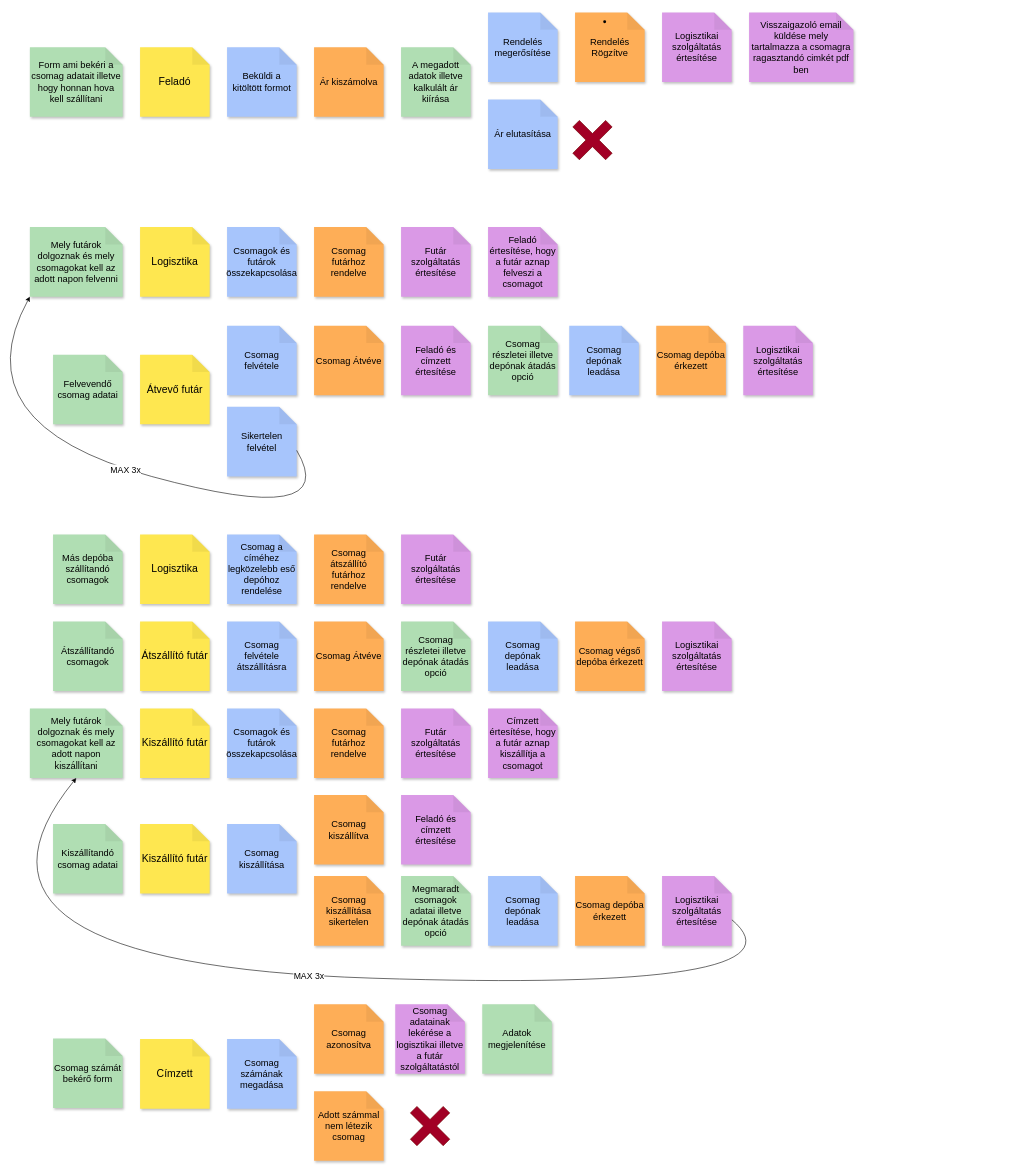
Before: EventStorming.drawio in mackmarton/micro-futar, a draw.io diagram. Source tidied: cells renumbered, new cells numbered last; positions are measured from the earlier drawing's top-left corner, leaving out a move shared by most shapes. Both pictures are drawn from the tidied source at 58%, with x=0, y=0 at pixel (-75, 12).
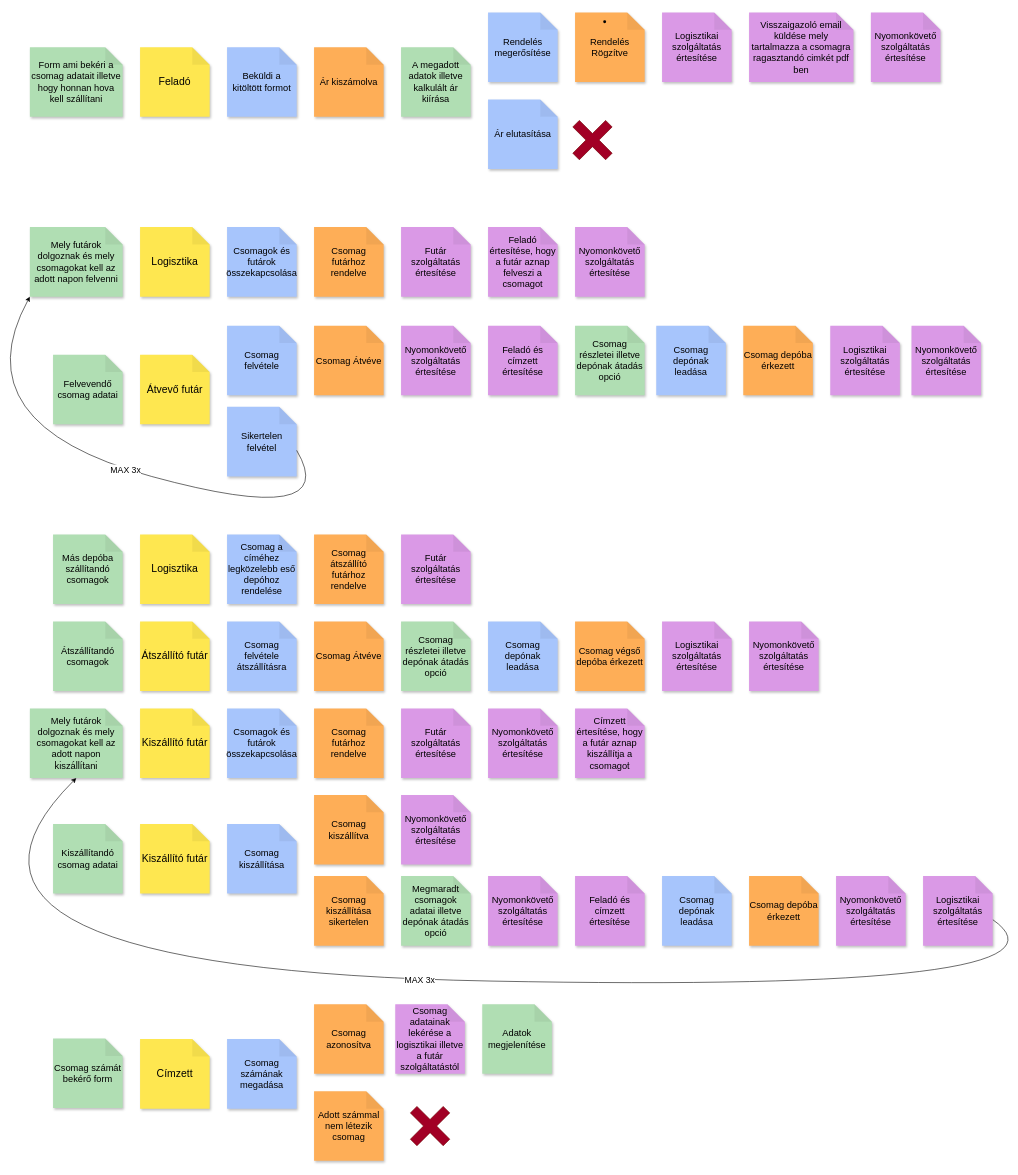
The same diagram, later.

The change refers to these unchanged cells:
```xml
<mxCell id="43" value="Mely futárok dolgoznak és mely csomagokat kell az adott napon kiszállítani" style="shape=note;whiteSpace=wrap;html=1;backgroundOutline=1;darkOpacity=0.05;fillColor=#b0deb3;strokeColor=none;fontSize=16;fontStyle=0;rotation=0;shadow=1;" parent="1" vertex="1">
  <mxGeometry x="180" y="1200" width="160" height="120" as="geometry" />
</mxCell>
```

Change to the diagram source:
```diff
@@
     <mxCell id="25" value="Feladó és címzett értesítése" style="shape=note;whiteSpace=wrap;html=1;backgroundOutline=1;darkOpacity=0.05;fillColor=#da99e6;strokeColor=none;fontSize=16;fontStyle=0;rotation=0;shadow=1;" parent="1" vertex="1">
-      <mxGeometry x="820" y="540" width="120" height="120" as="geometry" />
+      <mxGeometry x="970" y="540" width="120" height="120" as="geometry" />
     </mxCell>
     <mxCell id="26" value="Csomag depónak leadása" style="shape=note;whiteSpace=wrap;html=1;backgroundOutline=1;darkOpacity=0.05;fillColor=#a7c5fc;strokeColor=none;fontSize=16;fontStyle=0;rotation=0;shadow=1;" parent="1" vertex="1">
-      <mxGeometry x="1110" y="540" width="120" height="120" as="geometry" />
+      <mxGeometry x="1260" y="540" width="120" height="120" as="geometry" />
     </mxCell>
     <mxCell id="27" value="Csomag depóba érkezett" style="shape=note;whiteSpace=wrap;html=1;backgroundOutline=1;darkOpacity=0.05;fillColor=#feae57;strokeColor=none;fontSize=16;fontStyle=0;rotation=0;shadow=1;" parent="1" vertex="1">
-      <mxGeometry x="1260" y="540" width="120" height="120" as="geometry" />
+      <mxGeometry x="1410" y="540" width="120" height="120" as="geometry" />
     </mxCell>
     <mxCell id="28" value="Logisztikai szolgáltatás értesítése" style="shape=note;whiteSpace=wrap;html=1;backgroundOutline=1;darkOpacity=0.05;fillColor=#da99e6;strokeColor=none;fontSize=16;fontStyle=0;rotation=0;shadow=1;" parent="1" vertex="1">
-      <mxGeometry x="1410" y="540" width="120" height="120" as="geometry" />
+      <mxGeometry x="1560" y="540" width="120" height="120" as="geometry" />
     </mxCell>
@@
     <mxCell id="39" value="Csomag részletei illetve depónak átadás opció" style="shape=note;whiteSpace=wrap;html=1;backgroundOutline=1;darkOpacity=0.05;fillColor=#b0deb3;strokeColor=none;fontSize=16;fontStyle=0;rotation=0;shadow=1;" parent="1" vertex="1">
-      <mxGeometry x="970" y="540" width="120" height="120" as="geometry" />
+      <mxGeometry x="1120" y="540" width="120" height="120" as="geometry" />
     </mxCell>
@@
     <mxCell id="48" value="Címzett értesítése, hogy a futár aznap kiszállítja a csomagot" style="shape=note;whiteSpace=wrap;html=1;backgroundOutline=1;darkOpacity=0.05;fillColor=#da99e6;strokeColor=none;fontSize=16;fontStyle=0;rotation=0;shadow=1;" parent="1" vertex="1">
-      <mxGeometry x="970" y="1200" width="120" height="120" as="geometry" />
+      <mxGeometry x="1120" y="1200" width="120" height="120" as="geometry" />
     </mxCell>
@@
     <mxCell id="53" value="Feladó és címzett értesítése" style="shape=note;whiteSpace=wrap;html=1;backgroundOutline=1;darkOpacity=0.05;fillColor=#da99e6;strokeColor=none;fontSize=16;fontStyle=0;rotation=0;shadow=1;" parent="1" vertex="1">
-      <mxGeometry x="820" y="1349" width="120" height="120" as="geometry" />
+      <mxGeometry x="1120" y="1489" width="120" height="120" as="geometry" />
     </mxCell>
     <mxCell id="54" value="&lt;font style=&quot;font-size: 15px;&quot;&gt;MAX 3x&lt;/font&gt;" style="curved=1;endArrow=classic;html=1;rounded=0;exitX=0;exitY=0;exitDx=120;exitDy=75;exitPerimeter=0;entryX=0.5;entryY=1;entryDx=0;entryDy=0;entryPerimeter=0;" parent="1" edge="1" source="57" target="43">
       <mxGeometry relative="1" as="geometry">
         <Array as="points">
-          <mxPoint x="1540" y="1690" />
-          <mxPoint y="1640" />
+          <mxPoint x="2020" y="1690" />
+          <mxPoint x="-70" y="1650" />
         </Array>
       </mxGeometry>
     </mxCell>
     <mxCell id="55" value="Csomag depónak leadása" style="shape=note;whiteSpace=wrap;html=1;backgroundOutline=1;darkOpacity=0.05;fillColor=#a7c5fc;strokeColor=none;fontSize=16;fontStyle=0;rotation=0;shadow=1;" parent="1" vertex="1">
-      <mxGeometry x="970" y="1489" width="120" height="120" as="geometry" />
+      <mxGeometry x="1270" y="1489" width="120" height="120" as="geometry" />
     </mxCell>
     <mxCell id="56" value="Csomag depóba érkezett" style="shape=note;whiteSpace=wrap;html=1;backgroundOutline=1;darkOpacity=0.05;fillColor=#feae57;strokeColor=none;fontSize=16;fontStyle=0;rotation=0;shadow=1;" parent="1" vertex="1">
-      <mxGeometry x="1120" y="1489" width="120" height="120" as="geometry" />
+      <mxGeometry x="1420" y="1489" width="120" height="120" as="geometry" />
     </mxCell>
     <mxCell id="57" value="Logisztikai szolgáltatás értesítése" style="shape=note;whiteSpace=wrap;html=1;backgroundOutline=1;darkOpacity=0.05;fillColor=#da99e6;strokeColor=none;fontSize=16;fontStyle=0;rotation=0;shadow=1;" parent="1" vertex="1">
-      <mxGeometry x="1270" y="1489" width="120" height="120" as="geometry" />
+      <mxGeometry x="1720" y="1489" width="120" height="120" as="geometry" />
     </mxCell>
@@
+    <mxCell id="68" value="Nyomonkövető szolgáltatás értesítése" style="shape=note;whiteSpace=wrap;html=1;backgroundOutline=1;darkOpacity=0.05;fillColor=#da99e6;strokeColor=none;fontSize=16;fontStyle=0;rotation=0;shadow=1;" parent="1" vertex="1">
+      <mxGeometry x="1630" width="120" height="120" as="geometry" />
+    </mxCell>
+    <mxCell id="69" value="Nyomonkövető szolgáltatás értesítése" style="shape=note;whiteSpace=wrap;html=1;backgroundOutline=1;darkOpacity=0.05;fillColor=#da99e6;strokeColor=none;fontSize=16;fontStyle=0;rotation=0;shadow=1;" parent="1" vertex="1">
+      <mxGeometry x="1120" y="370" width="120" height="120" as="geometry" />
+    </mxCell>
+    <mxCell id="70" value="Nyomonkövető szolgáltatás értesítése" style="shape=note;whiteSpace=wrap;html=1;backgroundOutline=1;darkOpacity=0.05;fillColor=#da99e6;strokeColor=none;fontSize=16;fontStyle=0;rotation=0;shadow=1;" parent="1" vertex="1">
+      <mxGeometry x="1700" y="540" width="120" height="120" as="geometry" />
+    </mxCell>
+    <mxCell id="71" value="Nyomonkövető szolgáltatás értesítése" style="shape=note;whiteSpace=wrap;html=1;backgroundOutline=1;darkOpacity=0.05;fillColor=#da99e6;strokeColor=none;fontSize=16;fontStyle=0;rotation=0;shadow=1;" parent="1" vertex="1">
+      <mxGeometry x="820" y="540" width="120" height="120" as="geometry" />
+    </mxCell>
+    <mxCell id="72" value="Nyomonkövető szolgáltatás értesítése" style="shape=note;whiteSpace=wrap;html=1;backgroundOutline=1;darkOpacity=0.05;fillColor=#da99e6;strokeColor=none;fontSize=16;fontStyle=0;rotation=0;shadow=1;" parent="1" vertex="1">
+      <mxGeometry x="1420" y="1050" width="120" height="120" as="geometry" />
+    </mxCell>
+    <mxCell id="73" value="Nyomonkövető szolgáltatás értesítése" style="shape=note;whiteSpace=wrap;html=1;backgroundOutline=1;darkOpacity=0.05;fillColor=#da99e6;strokeColor=none;fontSize=16;fontStyle=0;rotation=0;shadow=1;" parent="1" vertex="1">
+      <mxGeometry x="970" y="1200" width="120" height="120" as="geometry" />
+    </mxCell>
+    <mxCell id="74" value="Nyomonkövető szolgáltatás értesítése" style="shape=note;whiteSpace=wrap;html=1;backgroundOutline=1;darkOpacity=0.05;fillColor=#da99e6;strokeColor=none;fontSize=16;fontStyle=0;rotation=0;shadow=1;" parent="1" vertex="1">
+      <mxGeometry x="820" y="1349" width="120" height="120" as="geometry" />
+    </mxCell>
+    <mxCell id="75" value="Nyomonkövető szolgáltatás értesítése" style="shape=note;whiteSpace=wrap;html=1;backgroundOutline=1;darkOpacity=0.05;fillColor=#da99e6;strokeColor=none;fontSize=16;fontStyle=0;rotation=0;shadow=1;" parent="1" vertex="1">
+      <mxGeometry x="1570" y="1489" width="120" height="120" as="geometry" />
+    </mxCell>
+    <mxCell id="76" value="Nyomonkövető szolgáltatás értesítése" style="shape=note;whiteSpace=wrap;html=1;backgroundOutline=1;darkOpacity=0.05;fillColor=#da99e6;strokeColor=none;fontSize=16;fontStyle=0;rotation=0;shadow=1;" parent="1" vertex="1">
+      <mxGeometry x="970" y="1489" width="120" height="120" as="geometry" />
+    </mxCell>
```
